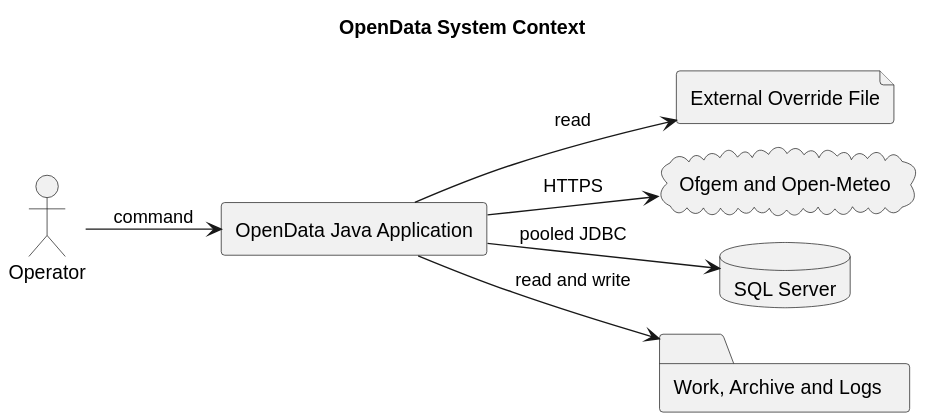
Earlier version of the PlantUML export docs/diagrams/generated/system-context.svg (TerryCurranZellis/OpenData). Its source is kept beside it as docs/diagrams/source/system-context.puml.
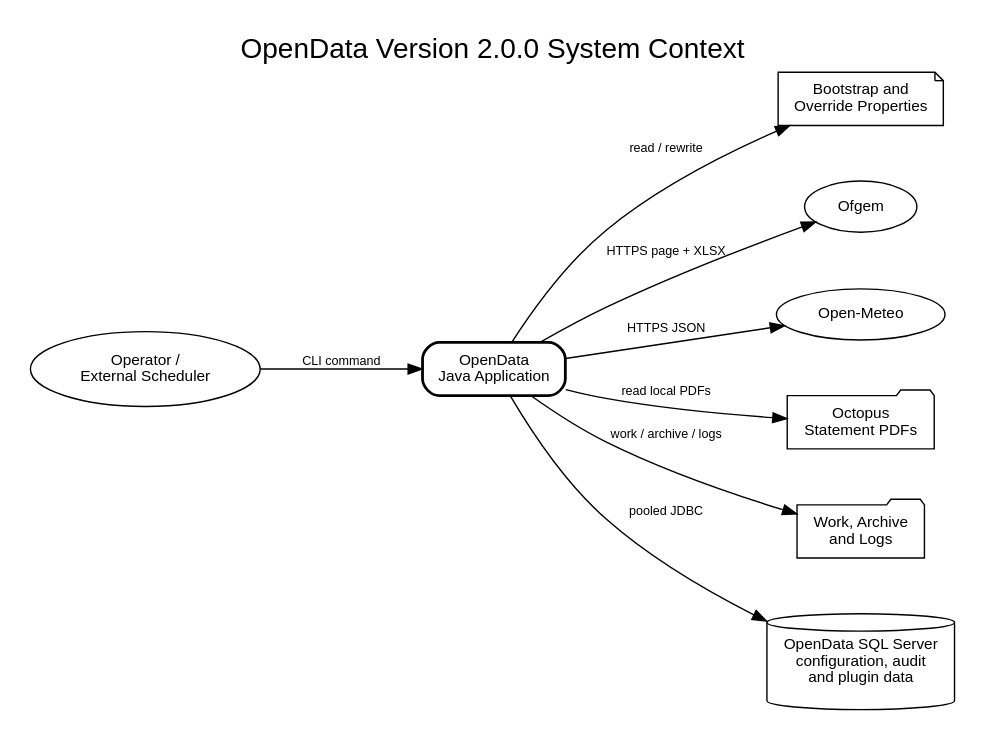
The same diagram one commit later.

Diff of the diagram source:
```diff
@@ -1,17 +1,21 @@
 @startuml
 !pragma layout smetana
-title OpenData System Context
+title OpenData Version 2.0.0 System Context
 left to right direction
-actor Operator
+actor "Operator / External Scheduler" as Operator
 rectangle "OpenData Java Application" as App
-file "External Override File" as Config
-cloud "Ofgem and Open-Meteo" as Publishers
-database "SQL Server" as Database
+file "Bootstrap and Override Properties" as Config
+cloud "Ofgem" as Ofgem
+cloud "Open-Meteo" as Meteo
+folder "Octopus Statement PDFs" as Octopus
 folder "Work, Archive and Logs" as Files
+database "OpenData SQL Server\nconfiguration, audit and plugin data" as Database
 
-Operator --> App : command
-App --> Config : read
-App --> Publishers : HTTPS
+Operator --> App : CLI command
+App --> Config : read / bootstrap rewrite
+App --> Ofgem : HTTPS page and XLSX
+App --> Meteo : HTTPS JSON API
+App --> Octopus : read local PDFs
 App --> Database : pooled JDBC
-App --> Files : read and write
+App --> Files : work, archive and logs
 @enduml
```
